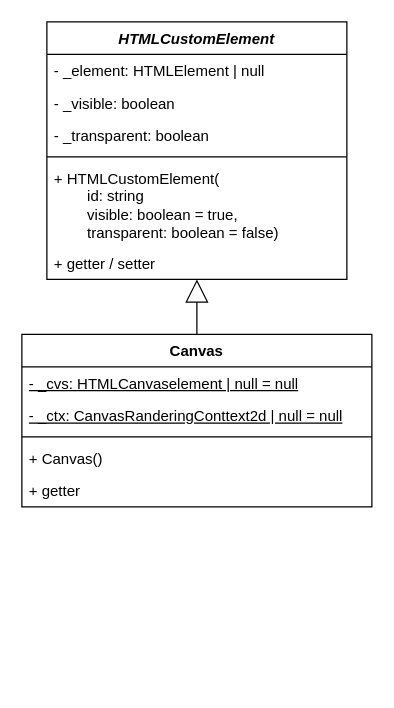
The draw.io diagram docs/issue/3-diagram.drawio in elma1989/sharkie, before the edit. Source tidied: cells renumbered, new cells numbered last; positions are measured from the earlier drawing's top-left corner, leaving out a move shared by most shapes. Both pictures are drawn from the tidied source at 125%, with x=0, y=0 at pixel (21, 21).
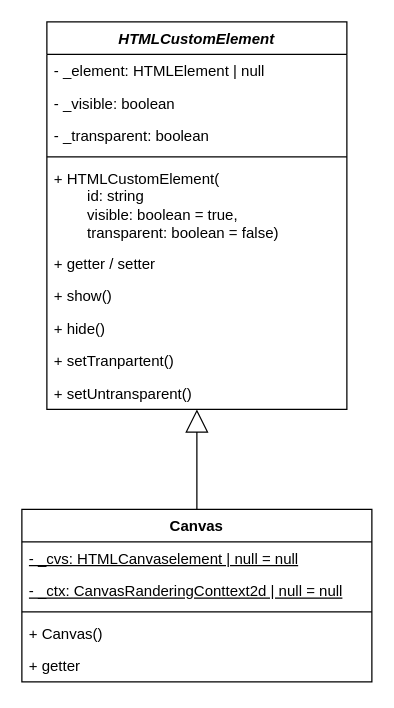
The same page after the edit.

Diff of the diagram source:
```diff
@@
 <mxGraphModel>
   <root>
     <mxCell id="0" />
     <mxCell id="1" parent="0" />
     <mxCell id="2" value="HTMLCustomElement" style="swimlane;fontStyle=3;align=center;verticalAlign=top;horizontal=1;startSize=26;whiteSpace=wrap;html=1;" parent="1" vertex="1">
-      <mxGeometry x="20" width="240" height="206" as="geometry" />
+      <mxGeometry x="20" width="240" height="310" as="geometry" />
     </mxCell>
     <mxCell id="3" value="- _element: HTMLElement | null" style="text;strokeColor=none;fillColor=none;align=left;verticalAlign=top;spacingLeft=4;spacingRight=4;overflow=hidden;whiteSpace=wrap;html=1;" parent="2" vertex="1">
       <mxGeometry y="26" width="240" height="26" as="geometry" />
     </mxCell>
     <mxCell id="4" value="- _visible: boolean" style="text;strokeColor=none;fillColor=none;align=left;verticalAlign=top;spacingLeft=4;spacingRight=4;overflow=hidden;whiteSpace=wrap;html=1;" parent="2" vertex="1">
       <mxGeometry y="52" width="240" height="26" as="geometry" />
     </mxCell>
     <mxCell id="5" value="- _transparent: boolean" style="text;strokeColor=none;fillColor=none;align=left;verticalAlign=top;spacingLeft=4;spacingRight=4;overflow=hidden;whiteSpace=wrap;html=1;" parent="2" vertex="1">
       <mxGeometry y="78" width="240" height="26" as="geometry" />
     </mxCell>
     <mxCell id="6" style="line;strokeWidth=1;fillColor=none;align=left;verticalAlign=middle;spacingTop=-1;spacingLeft=3;spacingRight=3;labelPosition=right;strokeColor=inherit;" parent="2" vertex="1">
       <mxGeometry y="104" width="240" height="8" as="geometry" />
     </mxCell>
     <mxCell id="7" value="+ HTMLCustomElement(&lt;div&gt;&lt;span style=&quot;white-space: pre;&quot;&gt;&#9;&lt;/span&gt;id: string&lt;br&gt;&lt;/div&gt;&lt;div&gt;&lt;span style=&quot;white-space: pre;&quot;&gt;&#9;&lt;/span&gt;visible: boolean = true,&lt;br&gt;&lt;/div&gt;&lt;div&gt;&lt;span style=&quot;white-space: pre;&quot;&gt;&#9;&lt;/span&gt;transparent: boolean = false)&lt;br&gt;&lt;/div&gt;" style="text;strokeColor=none;fillColor=none;align=left;verticalAlign=top;spacingLeft=4;spacingRight=4;overflow=hidden;whiteSpace=wrap;html=1;" parent="2" vertex="1">
       <mxGeometry y="112" width="240" height="68" as="geometry" />
     </mxCell>
     <mxCell id="8" value="+ getter / setter" style="text;strokeColor=none;fillColor=none;align=left;verticalAlign=top;spacingLeft=4;spacingRight=4;overflow=hidden;whiteSpace=wrap;html=1;" parent="2" vertex="1">
       <mxGeometry y="180" width="240" height="26" as="geometry" />
     </mxCell>
+    <mxCell id="16" value="+ show()" style="text;strokeColor=none;fillColor=none;align=left;verticalAlign=top;spacingLeft=4;spacingRight=4;overflow=hidden;whiteSpace=wrap;html=1;" parent="2" vertex="1">
+      <mxGeometry y="206" width="240" height="26" as="geometry" />
+    </mxCell>
+    <mxCell id="17" value="+ hide()" style="text;strokeColor=none;fillColor=none;align=left;verticalAlign=top;spacingLeft=4;spacingRight=4;overflow=hidden;whiteSpace=wrap;html=1;" parent="2" vertex="1">
+      <mxGeometry y="232" width="240" height="26" as="geometry" />
+    </mxCell>
+    <mxCell id="18" value="+ setTranpartent()" style="text;strokeColor=none;fillColor=none;align=left;verticalAlign=top;spacingLeft=4;spacingRight=4;overflow=hidden;whiteSpace=wrap;html=1;" parent="2" vertex="1">
+      <mxGeometry y="258" width="240" height="26" as="geometry" />
+    </mxCell>
+    <mxCell id="19" value="+ setUntransparent()" style="text;strokeColor=none;fillColor=none;align=left;verticalAlign=top;spacingLeft=4;spacingRight=4;overflow=hidden;whiteSpace=wrap;html=1;" parent="2" vertex="1">
+      <mxGeometry y="284" width="240" height="26" as="geometry" />
+    </mxCell>
     <mxCell id="9" value="Canvas" style="swimlane;fontStyle=1;align=center;verticalAlign=top;horizontal=1;startSize=26;whiteSpace=wrap;html=1;" parent="1" vertex="1">
-      <mxGeometry y="250" width="280" height="138" as="geometry" />
+      <mxGeometry y="390" width="280" height="138" as="geometry" />
     </mxCell>
     <mxCell id="10" value="- _cvs: HTMLCanvaselement | null = null" style="text;strokeColor=none;fillColor=none;align=left;verticalAlign=top;spacingLeft=4;spacingRight=4;overflow=hidden;whiteSpace=wrap;html=1;fontStyle=4;" parent="9" vertex="1">
       <mxGeometry y="26" width="280" height="26" as="geometry" />
     </mxCell>
     <mxCell id="11" value="- _ctx: CanvasRanderingConttext2d | null = null&lt;span style=&quot;white-space: pre;&quot;&gt;&#9;&lt;/span&gt;" style="text;strokeColor=none;fillColor=none;align=left;verticalAlign=top;spacingLeft=4;spacingRight=4;overflow=hidden;whiteSpace=wrap;html=1;fontStyle=4;" parent="9" vertex="1">
       <mxGeometry y="52" width="280" height="26" as="geometry" />
     </mxCell>
     <mxCell id="12" style="line;strokeWidth=1;fillColor=none;align=left;verticalAlign=middle;spacingTop=-1;spacingLeft=3;spacingRight=3;labelPosition=right;strokeColor=inherit;" parent="9" vertex="1">
       <mxGeometry y="78" width="280" height="8" as="geometry" />
     </mxCell>
     <mxCell id="13" value="+ Canvas()" style="text;strokeColor=none;fillColor=none;align=left;verticalAlign=top;spacingLeft=4;spacingRight=4;overflow=hidden;whiteSpace=wrap;html=1;" parent="9" vertex="1">
       <mxGeometry y="86" width="280" height="26" as="geometry" />
     </mxCell>
     <mxCell id="14" value="+ getter" style="text;strokeColor=none;fillColor=none;align=left;verticalAlign=top;spacingLeft=4;spacingRight=4;overflow=hidden;whiteSpace=wrap;html=1;" parent="9" vertex="1">
       <mxGeometry y="112" width="280" height="26" as="geometry" />
     </mxCell>
     <mxCell id="15" style="endArrow=block;endSize=16;endFill=0;html=1;rounded=0;" parent="1" edge="1" source="9" target="2">
       <mxGeometry relative="1" as="geometry" />
     </mxCell>
   </root>
 </mxGraphModel>
```
